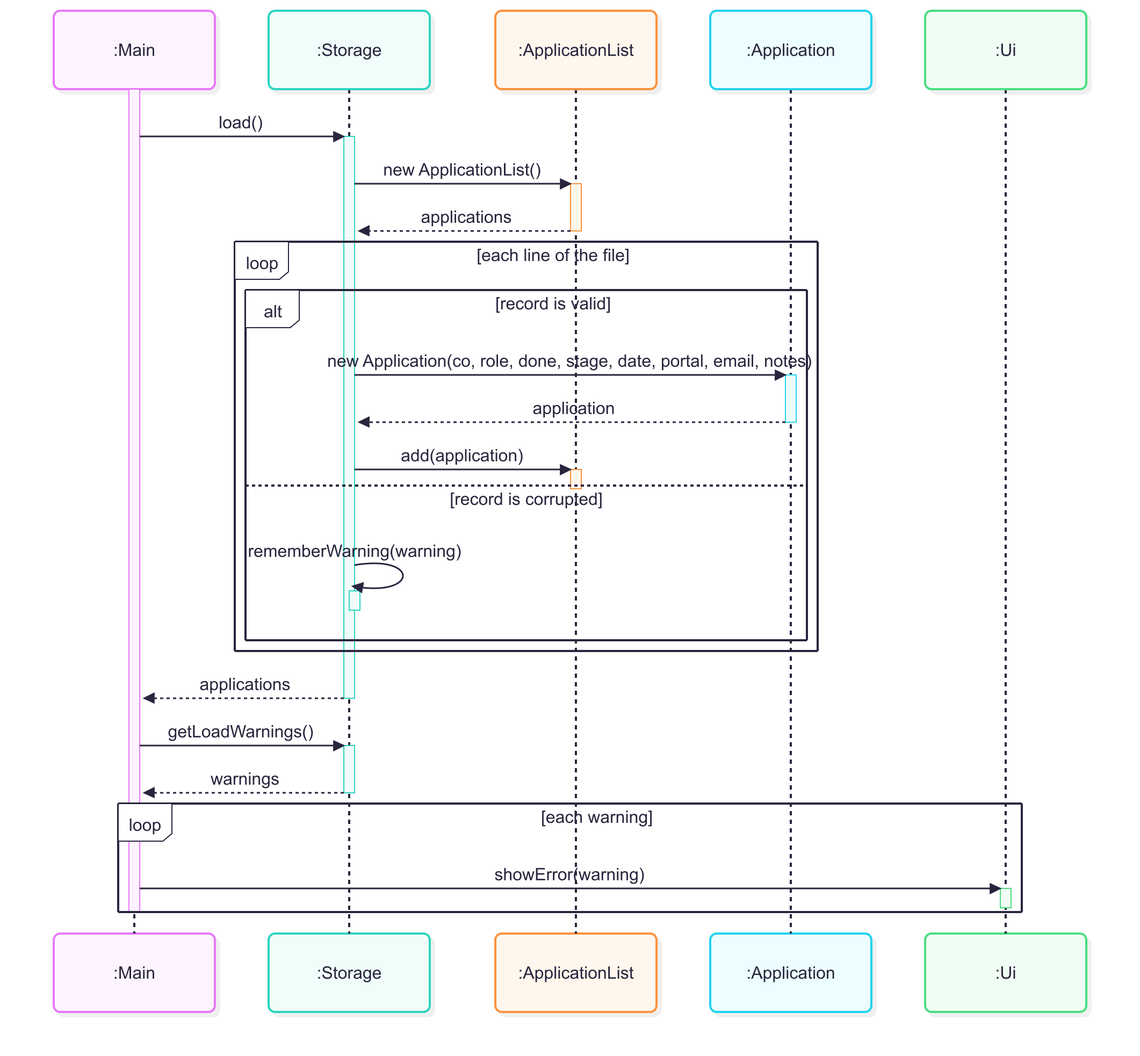
This is docs/diagrams/storage-load-sequence.png from AY2627S1-CS2113-T10-2/tp, a Mermaid export, as it was before one commit. Its source is kept beside it as docs/diagrams/sources/storage-load-sequence.mmd.
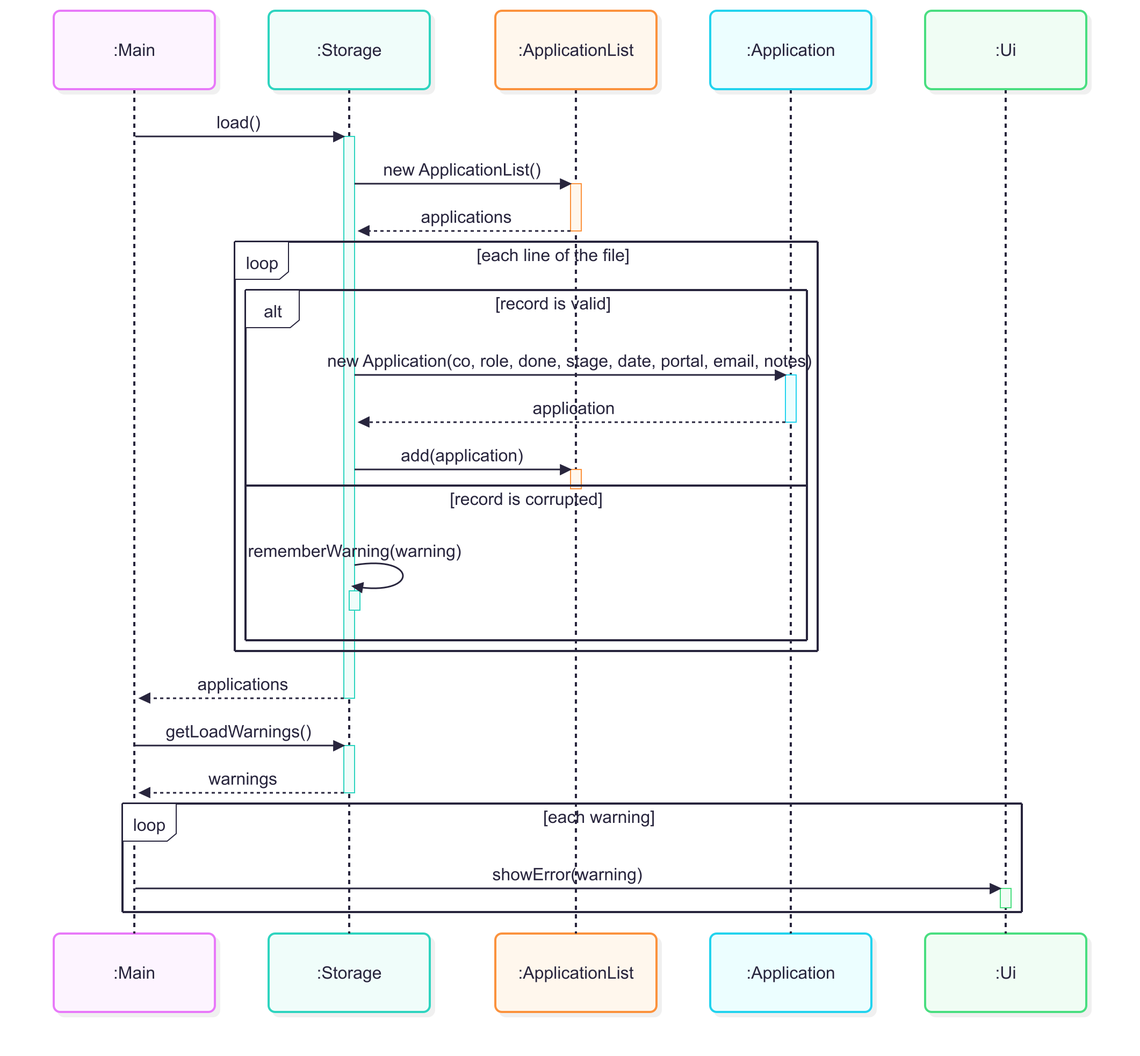
The same file after the commit.

Change to the diagram source:
```diff
@@ -5,7 +5,6 @@
     participant app as :Application
     participant ui as :Ui
 
-    activate main
     main->>storage: load()
     activate storage
 
@@ -41,4 +40,3 @@
         activate ui
         deactivate ui
     end
-    deactivate main
```
